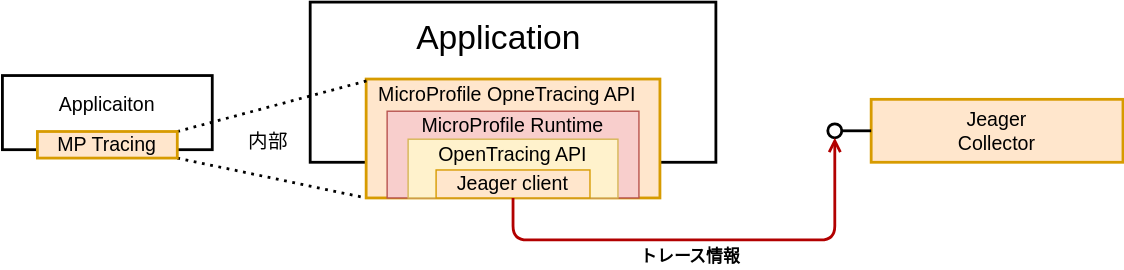
mamezou-tech/mamezou-tech-site keeps this draw.io diagram as src/img/mp/16-2_tracing.drawio.svg. Above is the earlier version. Source tidied: cells renumbered, new cells last; positions are measured from the earlier drawing's top-left corner, leaving out a move shared by most shapes.
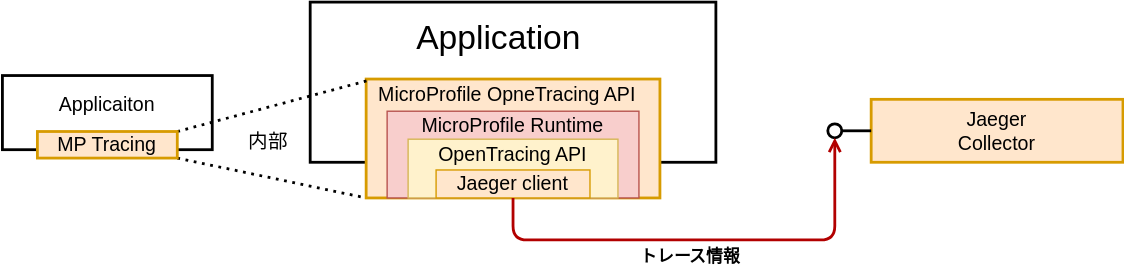
After the change.

What changed in the source:
```diff
@@ -14,7 +14,7 @@
     <mxCell id="5" style="rounded=0;whiteSpace=wrap;html=1;fontSize=14;strokeWidth=1;strokeColor=#d6b656;fillColor=#fff2cc;labelPosition=center;verticalLabelPosition=top;align=center;verticalAlign=bottom;" parent="1" vertex="1">
       <mxGeometry x="290" y="98" width="150" height="42" as="geometry" />
     </mxCell>
-    <mxCell id="6" value="Jeager&lt;br&gt;Collector" style="rounded=0;whiteSpace=wrap;html=1;fontSize=14;strokeWidth=2;fillColor=#ffe6cc;strokeColor=#d79b00;" parent="1" vertex="1">
+    <mxCell id="6" value="Jaeger&lt;br&gt;Collector" style="rounded=0;whiteSpace=wrap;html=1;fontSize=14;strokeWidth=2;fillColor=#ffe6cc;strokeColor=#d79b00;" parent="1" vertex="1">
       <mxGeometry x="621" y="69.5" width="180" height="45" as="geometry" />
     </mxCell>
     <mxCell id="7" style="rounded=0;jettySize=auto;html=1;endArrow=none;endFill=0;sketch=0;sourcePerimeterSpacing=0;targetPerimeterSpacing=0;fontSize=14;strokeWidth=2;" parent="1" edge="1" source="6" target="8">
@@ -23,7 +23,7 @@
     <mxCell id="8" style="ellipse;whiteSpace=wrap;html=1;align=center;points=[];outlineConnect=0;sketch=0;fontSize=14;strokeWidth=2;fillColor=none;" parent="1" vertex="1">
       <mxGeometry x="590" y="87" width="10" height="10" as="geometry" />
     </mxCell>
-    <mxCell id="9" value="Jeager client" style="rounded=0;whiteSpace=wrap;html=1;fontSize=14;strokeWidth=1;fillColor=#ffe6cc;strokeColor=#d79b00;" parent="1" vertex="1">
+    <mxCell id="9" value="Jaeger client" style="rounded=0;whiteSpace=wrap;html=1;fontSize=14;strokeWidth=1;fillColor=#ffe6cc;strokeColor=#d79b00;" parent="1" vertex="1">
       <mxGeometry x="310" y="120" width="110" height="20" as="geometry" />
     </mxCell>
     <mxCell id="10" value="OpenTracing API" style="text;html=1;strokeColor=none;fillColor=none;align=center;verticalAlign=middle;whiteSpace=wrap;rounded=0;fontSize=14;" parent="1" vertex="1">
```
